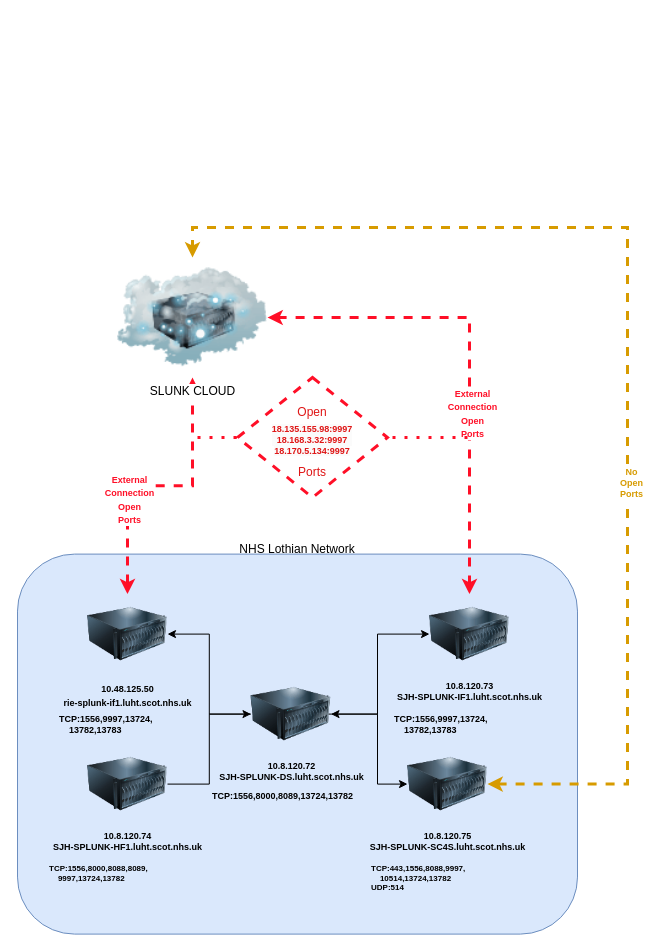
Earlier version of the draw.io diagram SplunkIntegration.drawio (auchmon/auchmon). Source tidied: cells renumbered, new cells numbered last; positions are measured from the earlier drawing's top-left corner, leaving out a move shared by most shapes. Both pictures are drawn from the tidied source at 100%, with x=0, y=0 at pixel (17, 227).
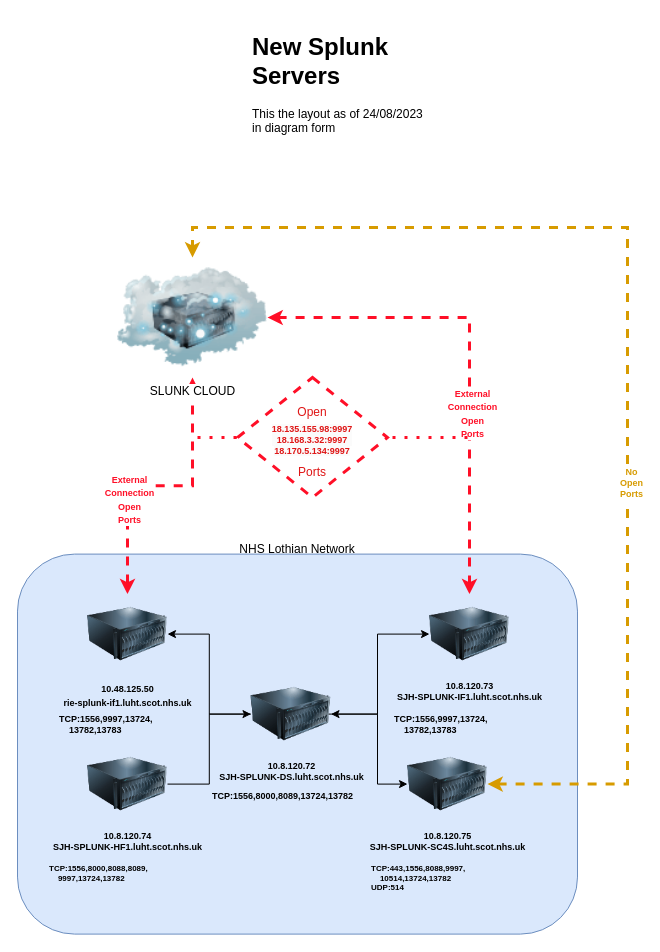
The same page after the edit.

What changed in the source:
```diff
@@
+    <mxCell id="32" value="&lt;h1&gt;New Splunk Servers&lt;/h1&gt;&lt;p&gt;This the layout as of 24/08/2023 in diagram form&lt;/p&gt;" style="text;html=1;strokeColor=none;fillColor=none;spacing=5;spacingTop=-20;whiteSpace=wrap;overflow=hidden;rounded=0;" parent="1" vertex="1">
+      <mxGeometry x="230" y="-200" width="190" height="120" as="geometry" />
+    </mxCell>
```
